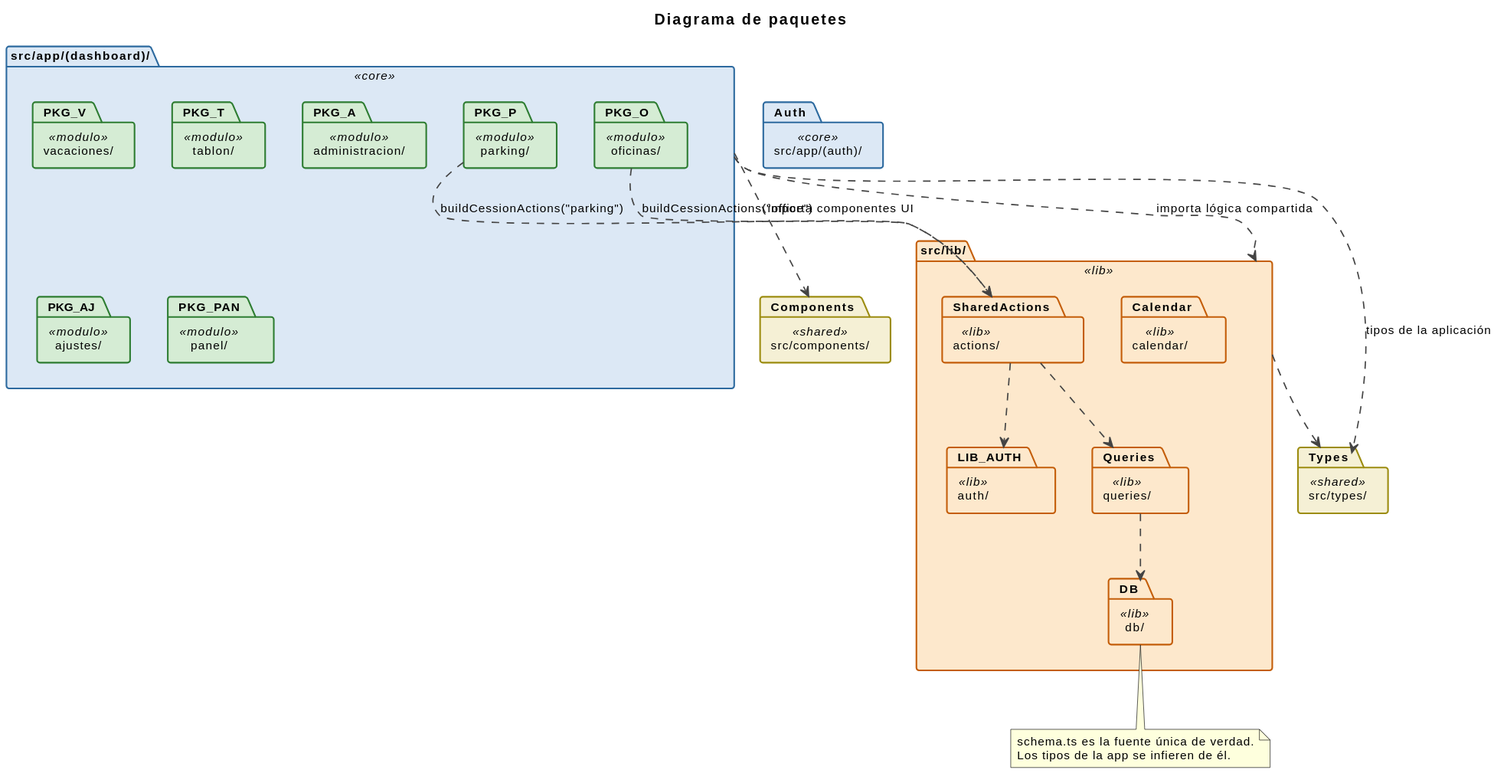
Earlier version of the PlantUML export modelosUML/svg/paquetes.svg (lostal/seven-suite). The source it was exported from:
```plantuml
@startuml
skinparam defaultFontName Arial
skinparam defaultFontSize 11
skinparam packageBorderThickness 1.5
skinparam arrowThickness 1.2
skinparam arrowColor #444444
skinparam backgroundColor #FFFFFF

skinparam package {
  BackgroundColor<<modulo>>  #d5ecd4
  BorderColor<<modulo>>      #2e7d32
  BackgroundColor<<lib>>     #fde8cc
  BorderColor<<lib>>         #c45e0a
  BackgroundColor<<core>>    #dce8f5
  BorderColor<<core>>        #2d6a9f
  BackgroundColor<<shared>>  #f5f0d5
  BorderColor<<shared>>      #9c8c10
}

title Diagrama de paquetes

package "src/app/(auth)/" <<core>> as Auth

package "src/app/(dashboard)/" <<core>> as Dashboard {
  package "parking/" <<modulo>> as PKG_P
  package "oficinas/" <<modulo>> as PKG_O
  package "vacaciones/" <<modulo>> as PKG_V
  package "tablon/" <<modulo>> as PKG_T
  package "administracion/" <<modulo>> as PKG_A
  package "ajustes/" <<modulo>> as PKG_AJ
  package "panel/" <<modulo>> as PKG_PAN
}

package "src/lib/" <<lib>> as Lib {
  package "db/" <<lib>> as DB
  package "auth/" <<lib>> as LIB_AUTH
  package "queries/" <<lib>> as Queries
  package "actions/" <<lib>> as SharedActions
  package "calendar/" <<lib>> as Calendar
}

package "src/components/" <<shared>> as Components
package "src/types/" <<shared>> as Types

Dashboard  ..> Lib        : importa lógica compartida
Dashboard  ..> Components : importa componentes UI
Dashboard  ..> Types      : tipos de la aplicación

PKG_P  ..> SharedActions  : buildCessionActions("parking")
PKG_O  ..> SharedActions  : buildCessionActions("office")

SharedActions ..> Queries
SharedActions ..> LIB_AUTH
Queries       ..> DB
Lib           ..> Types

note bottom of DB
  schema.ts es la fuente única de verdad.
  Los tipos de la app se infieren de él.
end note
@enduml
```
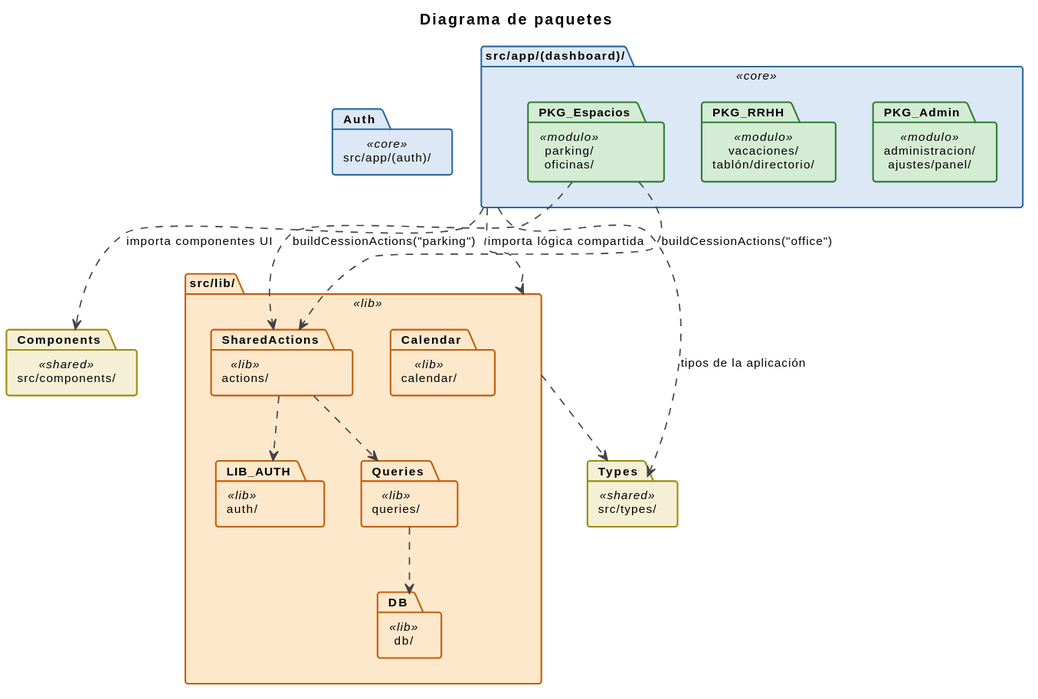
After the change.

Diff of the diagram source:
```diff
@@ -22,13 +22,9 @@
 package "src/app/(auth)/" <<core>> as Auth
 
 package "src/app/(dashboard)/" <<core>> as Dashboard {
-  package "parking/" <<modulo>> as PKG_P
-  package "oficinas/" <<modulo>> as PKG_O
-  package "vacaciones/" <<modulo>> as PKG_V
-  package "tablon/" <<modulo>> as PKG_T
-  package "administracion/" <<modulo>> as PKG_A
-  package "ajustes/" <<modulo>> as PKG_AJ
-  package "panel/" <<modulo>> as PKG_PAN
+  package "parking/\noficinas/" <<modulo>> as PKG_Espacios
+  package "vacaciones/\ntablón/directorio/" <<modulo>> as PKG_RRHH
+  package "administracion/\najustes/panel/" <<modulo>> as PKG_Admin
 }
 
 package "src/lib/" <<lib>> as Lib {
@@ -46,16 +42,11 @@
 Dashboard  ..> Components : importa componentes UI
 Dashboard  ..> Types      : tipos de la aplicación
 
-PKG_P  ..> SharedActions  : buildCessionActions("parking")
-PKG_O  ..> SharedActions  : buildCessionActions("office")
+PKG_Espacios  ..> SharedActions  : buildCessionActions("parking")
+PKG_Espacios  ..> SharedActions  : buildCessionActions("office")
 
 SharedActions ..> Queries
 SharedActions ..> LIB_AUTH
 Queries       ..> DB
 Lib           ..> Types
-
-note bottom of DB
-  schema.ts es la fuente única de verdad.
-  Los tipos de la app se infieren de él.
-end note
 @enduml
```
